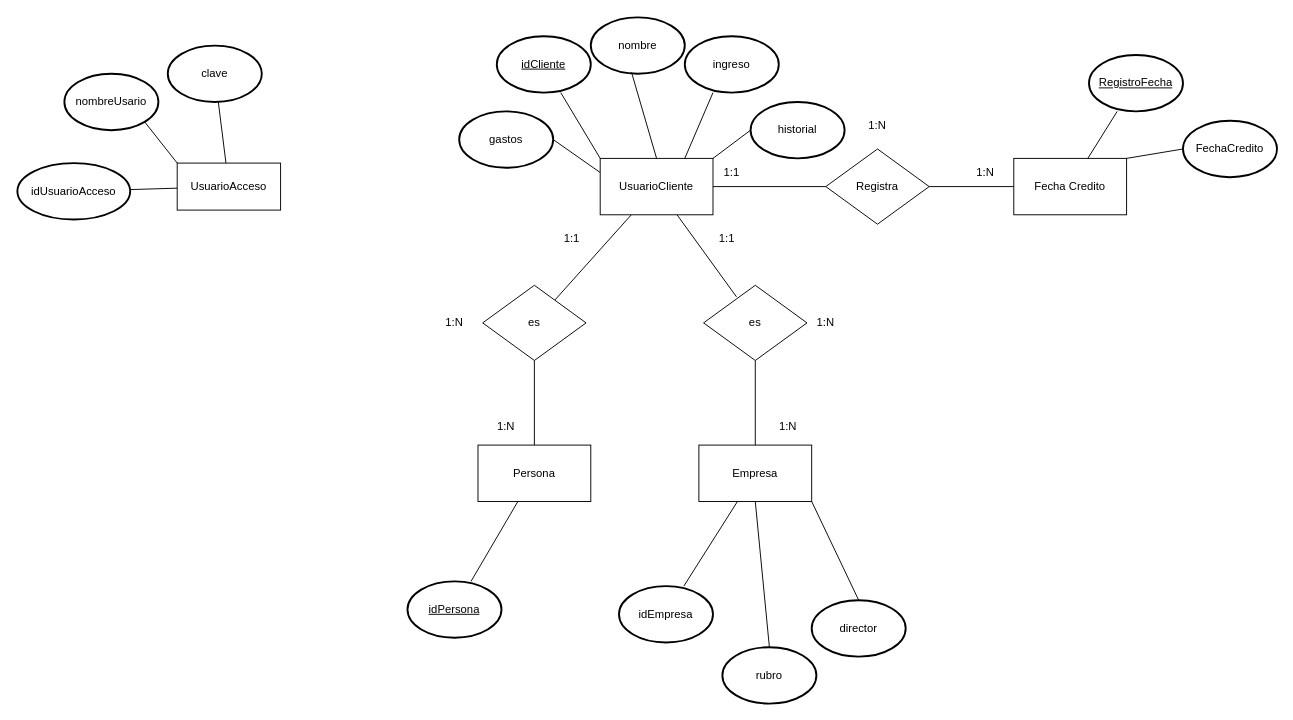
Earlier version of the draw.io diagram PeterChen.drawio (Sainjan/Refrito_Creditos). Source tidied: cells renumbered, new cells numbered last; positions are measured from the earlier drawing's top-left corner, leaving out a move shared by most shapes. Both pictures are drawn from the tidied source at 94%, with x=0, y=0 at pixel (17, 17).
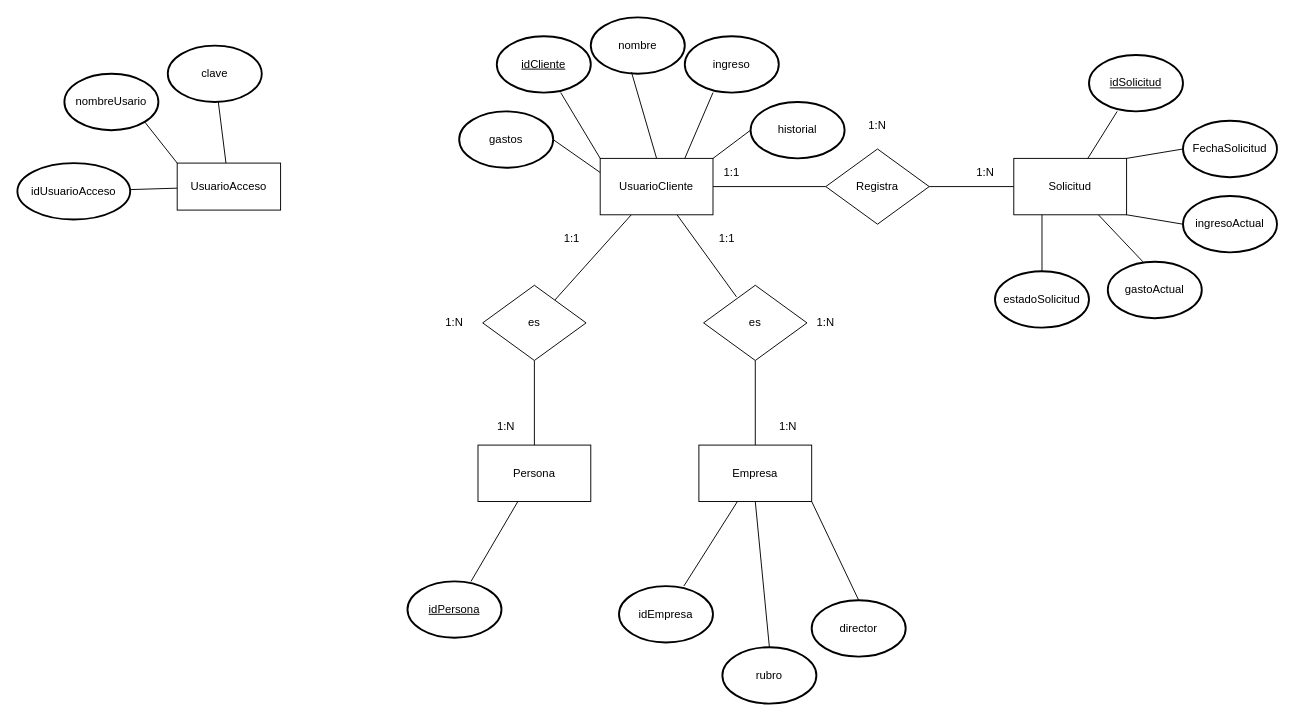
Above is the later version.

What changed in the source:
```diff
@@
-    <mxCell id="45" value="Fecha Credito" style="whiteSpace=wrap;html=1;newEdgeStyle=%7B%22edgeStyle%22%3A%22none%22%2C%22html%22%3A%221%22%2C%22endArrow%22%3A%22none%22%2C%22endFill%22%3A%220%22%7D;" parent="1" vertex="1">
+    <mxCell id="45" value="Solicitud" style="whiteSpace=wrap;html=1;newEdgeStyle=%7B%22edgeStyle%22%3A%22none%22%2C%22html%22%3A%221%22%2C%22endArrow%22%3A%22none%22%2C%22endFill%22%3A%220%22%7D;" parent="1" vertex="1">
       <mxGeometry x="1060" y="150" width="120" height="60" as="geometry" />
     </mxCell>
-    <mxCell id="46" value="&lt;u&gt;RegistroFecha&lt;/u&gt;" style="strokeWidth=2;html=1;shape=mxgraph.flowchart.start_1;whiteSpace=wrap;" parent="1" vertex="1">
+    <mxCell id="46" value="&lt;u&gt;idSolicitud&lt;/u&gt;" style="strokeWidth=2;html=1;shape=mxgraph.flowchart.start_1;whiteSpace=wrap;" parent="1" vertex="1">
       <mxGeometry x="1140" y="40" width="100" height="60" as="geometry" />
     </mxCell>
@@
-    <mxCell id="48" value="FechaCredito" style="strokeWidth=2;html=1;shape=mxgraph.flowchart.start_1;whiteSpace=wrap;" parent="1" vertex="1">
+    <mxCell id="48" value="FechaSolicitud" style="strokeWidth=2;html=1;shape=mxgraph.flowchart.start_1;whiteSpace=wrap;" parent="1" vertex="1">
       <mxGeometry x="1240" y="110" width="100" height="60" as="geometry" />
     </mxCell>
@@
+    <mxCell id="53" value="ingresoActual" style="strokeWidth=2;html=1;shape=mxgraph.flowchart.start_1;whiteSpace=wrap;" parent="1" vertex="1">
+      <mxGeometry x="1240" y="190" width="100" height="60" as="geometry" />
+    </mxCell>
+    <mxCell id="54" value="gastoActual" style="strokeWidth=2;html=1;shape=mxgraph.flowchart.start_1;whiteSpace=wrap;" parent="1" vertex="1">
+      <mxGeometry x="1160" y="260" width="100" height="60" as="geometry" />
+    </mxCell>
+    <mxCell id="55" value="estadoSolicitud" style="strokeWidth=2;html=1;shape=mxgraph.flowchart.start_1;whiteSpace=wrap;" parent="1" vertex="1">
+      <mxGeometry x="1040" y="270" width="100" height="60" as="geometry" />
+    </mxCell>
+    <mxCell id="56" style="edgeStyle=none;html=1;endArrow=none;endFill=0;exitX=0.25;exitY=1;exitDx=0;exitDy=0;entryX=0.5;entryY=0;entryDx=0;entryDy=0;entryPerimeter=0;" parent="1" edge="1" source="45" target="55">
+      <mxGeometry relative="1" as="geometry" />
+    </mxCell>
+    <mxCell id="57" style="edgeStyle=none;html=1;endArrow=none;endFill=0;exitX=0.75;exitY=1;exitDx=0;exitDy=0;entryX=0.375;entryY=0.002;entryDx=0;entryDy=0;entryPerimeter=0;" parent="1" edge="1" source="45" target="54">
+      <mxGeometry relative="1" as="geometry" />
+    </mxCell>
+    <mxCell id="58" style="edgeStyle=none;html=1;endArrow=none;endFill=0;exitX=1;exitY=1;exitDx=0;exitDy=0;entryX=0;entryY=0.5;entryDx=0;entryDy=0;entryPerimeter=0;" parent="1" edge="1" source="45" target="53">
+      <mxGeometry relative="1" as="geometry" />
+    </mxCell>
```
